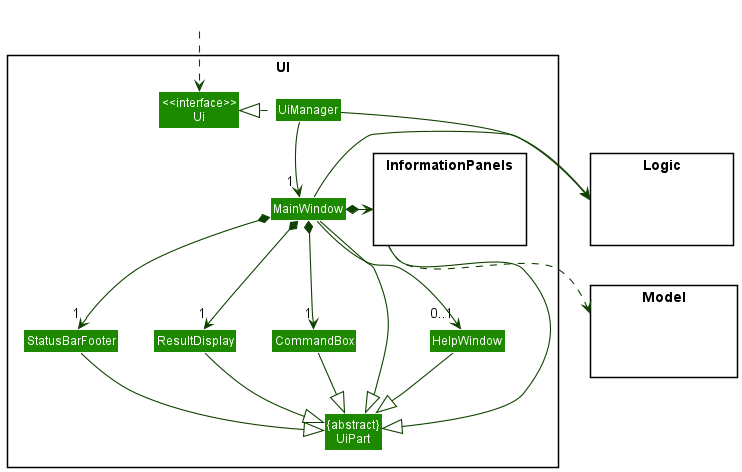
Earlier version of the PlantUML export docs/images/UiClassDiagram.png (weijuey/tp).
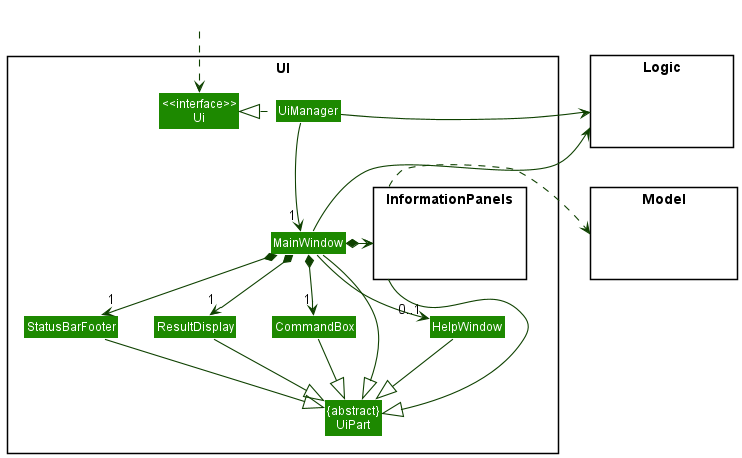
After the change.

What changed in the source:
```diff
@@ -49,7 +49,8 @@
 UiManager -right-> Logic
 MainWindow -left-> Logic
 
-InformationPanels .down.> Model
+HiddenModel -[hidden]up- HiddenLogic
+InformationPanels .right.> Model
 
 CommandBox -[hidden]left- ResultDisplay
 ResultDisplay -[hidden]left- StatusBarFooter
```
